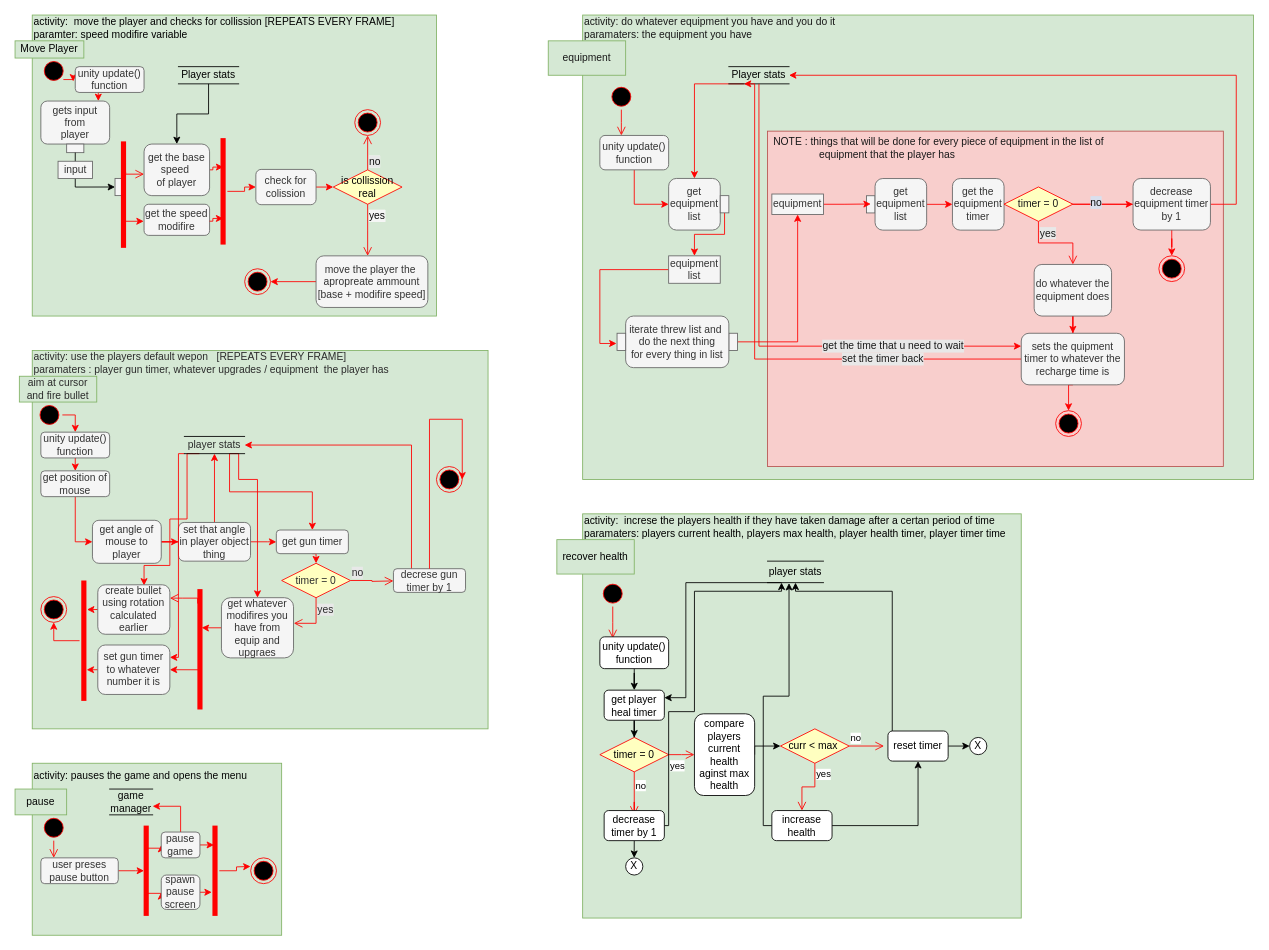
Above: page "Player" (2 of 3) of Documentation files/activity diagram.drawio in Ulibomber1/Middlespace-Survivor (draw.io), before the change. Source tidied: cells renumbered, new cells numbered last; positions are measured from the earlier drawing's top-left corner, leaving out a move shared by most shapes. Both pictures are drawn from the tidied source at 86%, with x=0, y=0 at pixel (15, 15).
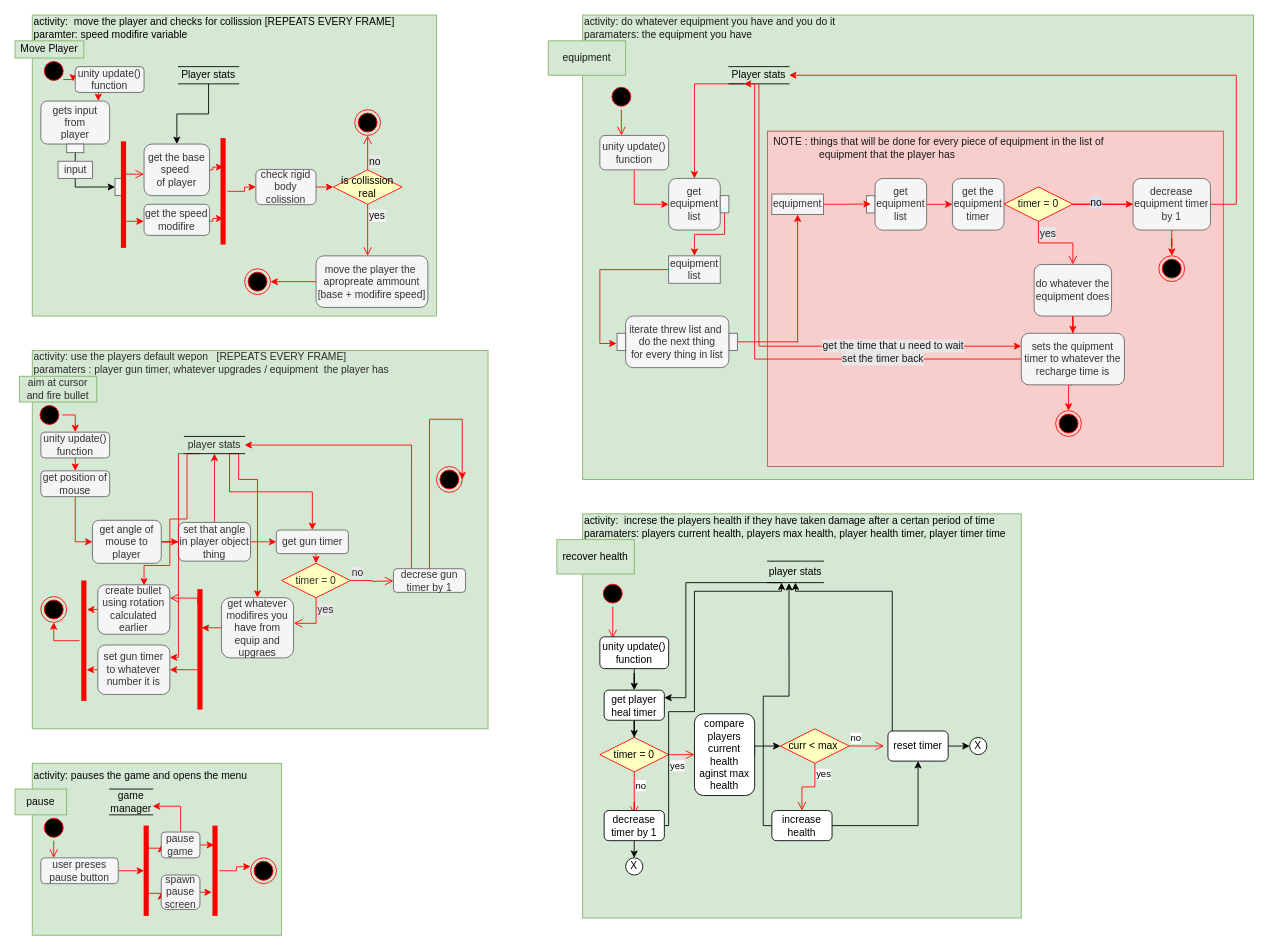
The same page after the edit.

The edit, as a diff of the source:
```diff
@@
-    <mxCell id="25" value="check for colission" style="rounded=1;whiteSpace=wrap;html=1;strokeColor=#666666;fontSize=12;fontColor=#333333;fillColor=#f5f5f5;" parent="1" vertex="1">
+    <mxCell id="25" value="check rigid body colission" style="rounded=1;whiteSpace=wrap;html=1;strokeColor=#666666;fontSize=12;fontColor=#333333;fillColor=#f5f5f5;" parent="1" vertex="1">
       <mxGeometry x="280" y="179.5" width="70" height="41" as="geometry" />
     </mxCell>
```
